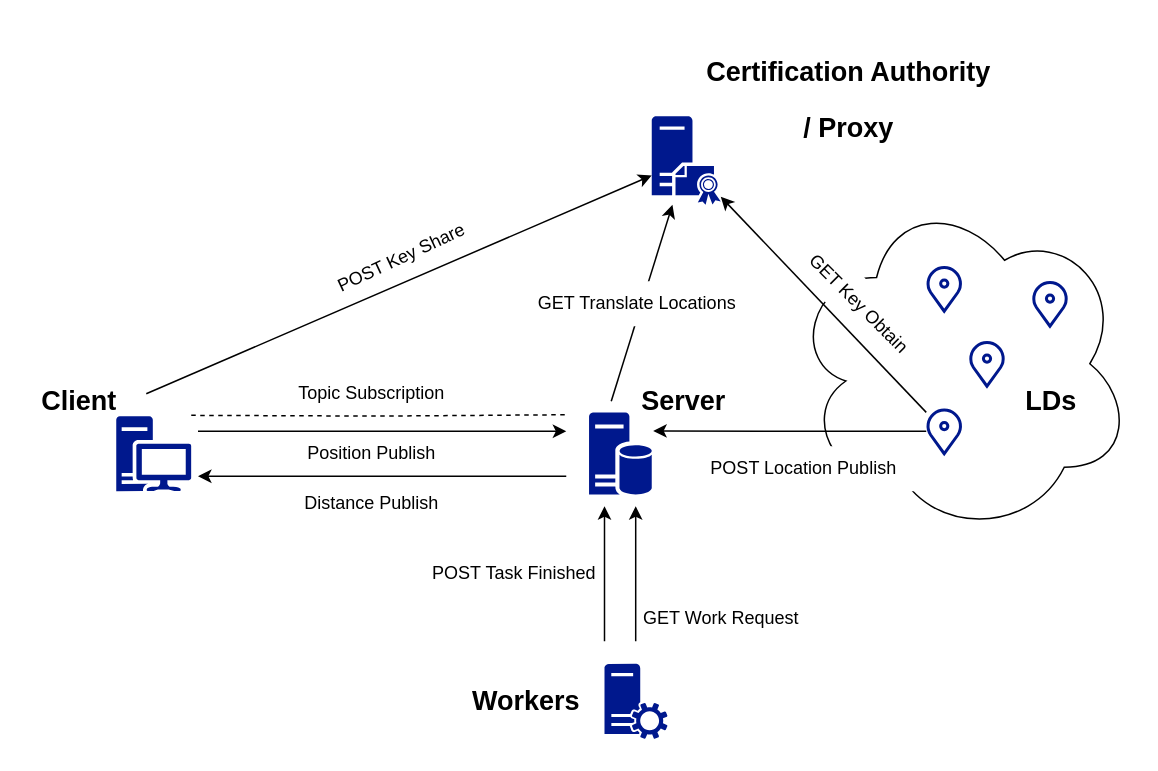
The draw.io diagram tesi/schemes/workflow.drawio in Diebbo/tesi-latex, before the edit. Source tidied: cells renumbered, new cells numbered last; positions are measured from the earlier drawing's top-left corner, leaving out a move shared by most shapes. Both pictures are drawn from the tidied source at 150%, with x=0, y=0 at pixel (26, 26).
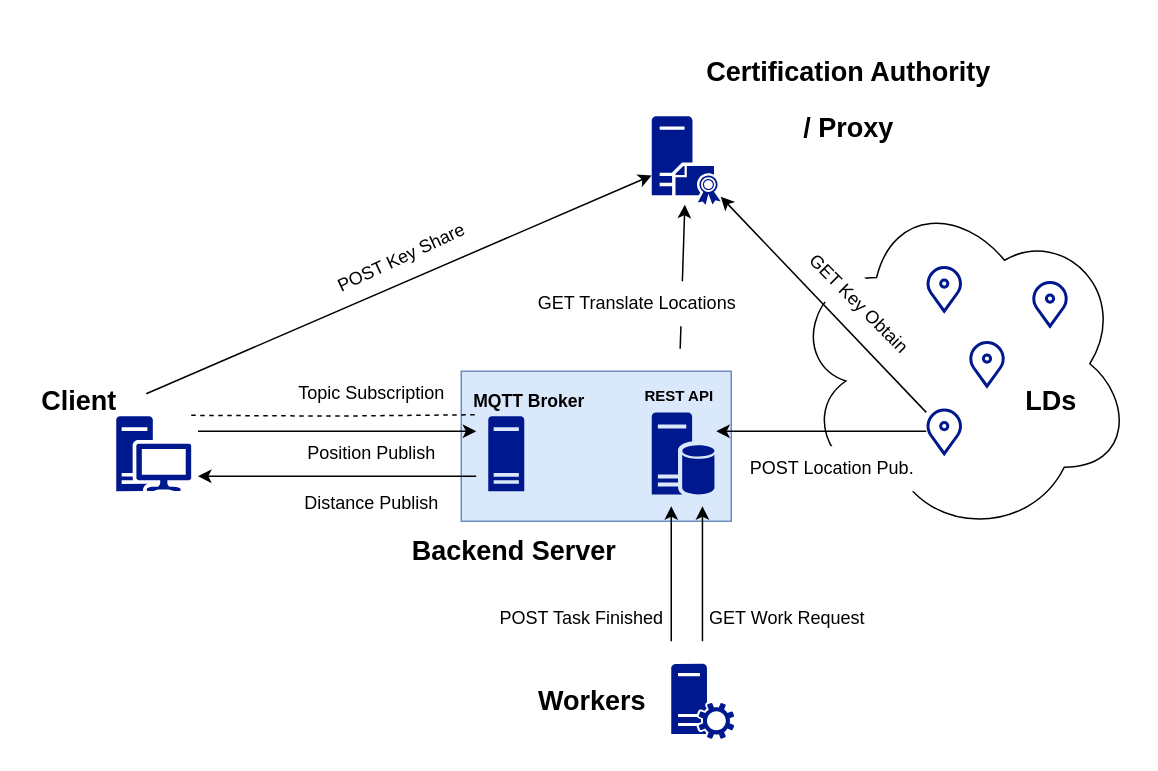
The same page after the edit.

Commit message (it also covers changes not shown here):
fix architecture scheme

The change refers to these unchanged cells:
```xml
<mxCell id="9" style="html=1;verticalLabelPosition=bottom;align=center;labelBackgroundColor=#ffffff;verticalAlign=top;strokeWidth=2;strokeColor=#00188D;shadow=0;dashed=0;shape=mxgraph.ios7.icons.location;" parent="1" vertex="1">
  <mxGeometry x="600" y="255" width="24" height="30" as="geometry" />
</mxCell>
<mxCell id="28" style="sketch=0;shadow=0;dashed=0;html=1;strokeColor=none;fillColor=#00188D;labelPosition=center;verticalLabelPosition=bottom;verticalAlign=top;outlineConnect=0;align=center;shape=mxgraph.office.servers.certificate_authority;" parent="1" vertex="1">
  <mxGeometry x="417" y="60" width="46" height="59" as="geometry" />
</mxCell>
```

Diff of the diagram source:
```diff
@@
+    <mxCell id="34" style="rounded=0;whiteSpace=wrap;html=1;fillColor=#dae8fc;strokeColor=#6c8ebf;" parent="1" vertex="1">
+      <mxGeometry x="290" y="230" width="180" height="100" as="geometry" />
+    </mxCell>
@@
     <mxCell id="3" style="edgeStyle=orthogonalEdgeStyle;rounded=0;orthogonalLoop=1;jettySize=auto;html=1;endArrow=none;startFill=0;dashed=1;" parent="1" edge="1">
       <mxGeometry relative="1" as="geometry">
         <mxPoint x="110" y="259.4" as="sourcePoint" />
-        <mxPoint x="360" y="259" as="targetPoint" />
+        <mxPoint x="300" y="259" as="targetPoint" />
       </mxGeometry>
     </mxCell>
@@
-    <mxCell id="5" style="rounded=0;jettySize=auto;html=1;" parent="1" edge="1" target="28">
-      <mxGeometry relative="1" as="geometry">
-        <mxPoint x="390" y="250" as="sourcePoint" />
-      </mxGeometry>
+    <mxCell id="5" style="rounded=0;jettySize=auto;html=1;" parent="1" edge="1" source="37" target="28">
+      <mxGeometry relative="1" as="geometry" />
     </mxCell>
     <mxCell id="6" style="sketch=0;shadow=0;dashed=0;html=1;strokeColor=none;labelPosition=center;verticalLabelPosition=bottom;verticalAlign=top;align=center;fillColor=#00188D;shape=mxgraph.mscae.enterprise.database_server;" parent="1" vertex="1">
-      <mxGeometry x="375.2" y="257.5" width="41.8" height="55" as="geometry" />
+      <mxGeometry x="417" y="257.5" width="41.8" height="55" as="geometry" />
     </mxCell>
@@
-    <mxCell id="12" value="&lt;h2&gt;Server&lt;/h2&gt;" style="text;html=1;align=center;verticalAlign=middle;strokeColor=none;fillColor=none;" parent="1" vertex="1">
-      <mxGeometry x="397.5" y="220" width="80" height="60" as="geometry" />
+    <mxCell id="12" value="&lt;h2&gt;Backend Server&lt;/h2&gt;" style="text;html=1;align=center;verticalAlign=middle;strokeColor=none;fillColor=none;" parent="1" vertex="1">
+      <mxGeometry x="244.5" y="320" width="160" height="60" as="geometry" />
     </mxCell>
@@
     <mxCell id="14" style="sketch=0;shadow=0;dashed=0;html=1;strokeColor=none;labelPosition=center;verticalLabelPosition=bottom;verticalAlign=top;align=center;fillColor=#00188D;shape=mxgraph.mscae.system_center.roles;" parent="1" vertex="1">
-      <mxGeometry x="385.5" y="425" width="42" height="50" as="geometry" />
+      <mxGeometry x="430" y="425" width="42" height="50" as="geometry" />
     </mxCell>
     <mxCell id="15" style="rounded=0;orthogonalLoop=1;jettySize=auto;html=1;jumpStyle=none;endArrow=none;startFill=1;endFill=1;startArrow=classic;" parent="1" edge="1">
       <mxGeometry relative="1" as="geometry">
-        <mxPoint x="406.3" y="320" as="sourcePoint" />
-        <mxPoint x="406.3" y="410" as="targetPoint" />
+        <mxPoint x="450.8" y="320" as="sourcePoint" />
+        <mxPoint x="450.8" y="410" as="targetPoint" />
       </mxGeometry>
     </mxCell>
     <mxCell id="16" value="&lt;h2&gt;Workers&lt;/h2&gt;" style="text;html=1;align=center;verticalAlign=middle;strokeColor=none;fillColor=none;" parent="1" vertex="1">
-      <mxGeometry x="287.5" y="420" width="90" height="60" as="geometry" />
+      <mxGeometry x="332" y="420" width="90" height="60" as="geometry" />
     </mxCell>
@@
     <mxCell id="21" style="rounded=0;orthogonalLoop=1;jettySize=auto;html=1;jumpStyle=none;endArrow=none;startFill=1;flowAnimation=0;startArrow=classic;" parent="1" edge="1">
       <mxGeometry relative="1" as="geometry">
-        <mxPoint x="360" y="270" as="sourcePoint" />
+        <mxPoint x="300" y="270" as="sourcePoint" />
         <mxPoint x="114.5" y="270" as="targetPoint" />
         <Array as="points">
           <mxPoint x="184.5" y="270" />
         </Array>
       </mxGeometry>
     </mxCell>
     <mxCell id="22" style="rounded=0;orthogonalLoop=1;jettySize=auto;html=1;jumpStyle=none;endArrow=classic;startFill=0;flowAnimation=0;startArrow=none;endFill=1;" parent="1" edge="1">
       <mxGeometry relative="1" as="geometry">
-        <mxPoint x="360" y="300" as="sourcePoint" />
+        <mxPoint x="300" y="300" as="sourcePoint" />
         <mxPoint x="114.5" y="300" as="targetPoint" />
         <Array as="points">
           <mxPoint x="184.5" y="300" />
         </Array>
       </mxGeometry>
     </mxCell>
@@
     <mxCell id="24" value="GET Work Request" style="text;html=1;align=center;verticalAlign=middle;strokeColor=none;fillColor=none;rotation=0;" parent="1" vertex="1">
-      <mxGeometry x="397.5" y="380" width="130" height="30" as="geometry" />
+      <mxGeometry x="442" y="380" width="130" height="30" as="geometry" />
     </mxCell>
     <mxCell id="25" style="rounded=0;orthogonalLoop=1;jettySize=auto;html=1;jumpStyle=none;endArrow=none;startFill=1;endFill=1;startArrow=classic;" parent="1" edge="1">
       <mxGeometry relative="1" as="geometry">
-        <mxPoint x="385.5" y="320" as="sourcePoint" />
-        <mxPoint x="385.5" y="410" as="targetPoint" />
+        <mxPoint x="430" y="320" as="sourcePoint" />
+        <mxPoint x="430" y="410" as="targetPoint" />
       </mxGeometry>
     </mxCell>
     <mxCell id="26" value="POST Task Finished" style="text;html=1;align=center;verticalAlign=middle;strokeColor=none;fillColor=none;rotation=0;" parent="1" vertex="1">
-      <mxGeometry x="260" y="350" width="130" height="30" as="geometry" />
+      <mxGeometry x="304.5" y="380" width="130" height="30" as="geometry" />
     </mxCell>
@@
-    <mxCell id="30" style="edgeStyle=orthogonalEdgeStyle;rounded=0;jettySize=auto;html=1;entryX=1.023;entryY=0.223;entryDx=0;entryDy=0;entryPerimeter=0;" parent="1" edge="1" source="9" target="6">
-      <mxGeometry relative="1" as="geometry" />
+    <mxCell id="30" style="edgeStyle=orthogonalEdgeStyle;rounded=0;jettySize=auto;html=1;" parent="1" edge="1" source="9">
+      <mxGeometry relative="1" as="geometry">
+        <mxPoint x="460" y="270" as="targetPoint" />
+      </mxGeometry>
     </mxCell>
@@
-    <mxCell id="32" value="POST Location Publish" style="text;html=1;align=center;verticalAlign=middle;strokeColor=none;fillColor=default;" parent="1" vertex="1">
-      <mxGeometry x="442.5" y="280" width="150" height="30" as="geometry" />
+    <mxCell id="32" value="POST Location Pub." style="text;html=1;align=center;verticalAlign=middle;strokeColor=none;fillColor=default;" parent="1" vertex="1">
+      <mxGeometry x="472" y="280" width="130" height="30" as="geometry" />
     </mxCell>
@@
+    <mxCell id="35" style="sketch=0;shadow=0;dashed=0;html=1;strokeColor=none;labelPosition=center;verticalLabelPosition=bottom;verticalAlign=top;align=center;fillColor=#00188D;shape=mxgraph.mscae.enterprise.server_generic;" parent="1" vertex="1">
+      <mxGeometry x="308" y="260" width="24" height="50" as="geometry" />
+    </mxCell>
+    <mxCell id="36" value="&lt;h3&gt;MQTT Broker&lt;/h3&gt;" style="text;html=1;align=center;verticalAlign=middle;strokeColor=none;fillColor=none;fontSize=10;" parent="1" vertex="1">
+      <mxGeometry x="284.5" y="225" width="100" height="50" as="geometry" />
+    </mxCell>
+    <mxCell id="37" value="&lt;h3&gt;&lt;font style=&quot;font-size: 10px;&quot;&gt;REST API&lt;/font&gt;&lt;/h3&gt;" style="text;html=1;align=center;verticalAlign=middle;points=[];strokeColor=none;fillColor=none;" parent="1" vertex="1">
+      <mxGeometry x="400" y="215" width="70" height="60" as="geometry" />
+    </mxCell>
```
